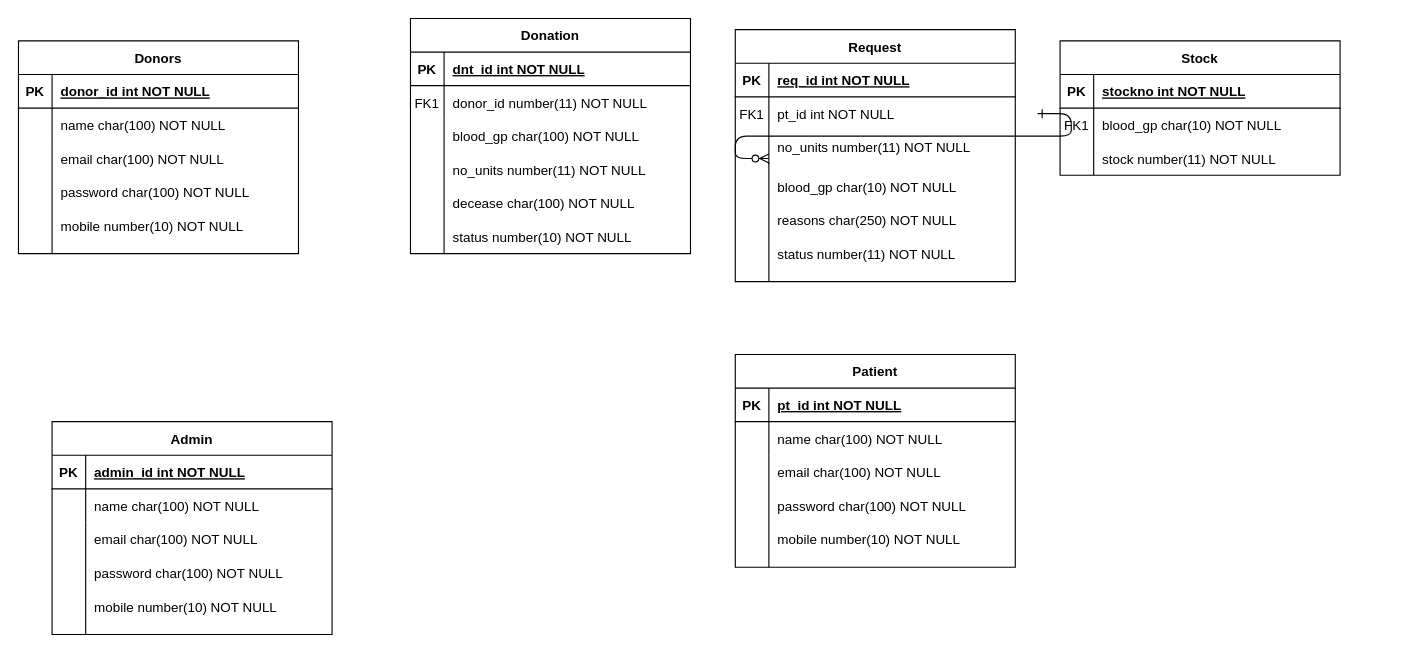
HORRYZONE/PHP keeps this draw.io diagram as ER-Diagram_DB.drawio. Above is the earlier version. Source tidied: cells renumbered, new cells numbered last; positions are measured from the earlier drawing's top-left corner, leaving out a move shared by most shapes. Both pictures are drawn from the tidied source at 112%, with x=0, y=0 at pixel (18, 18).
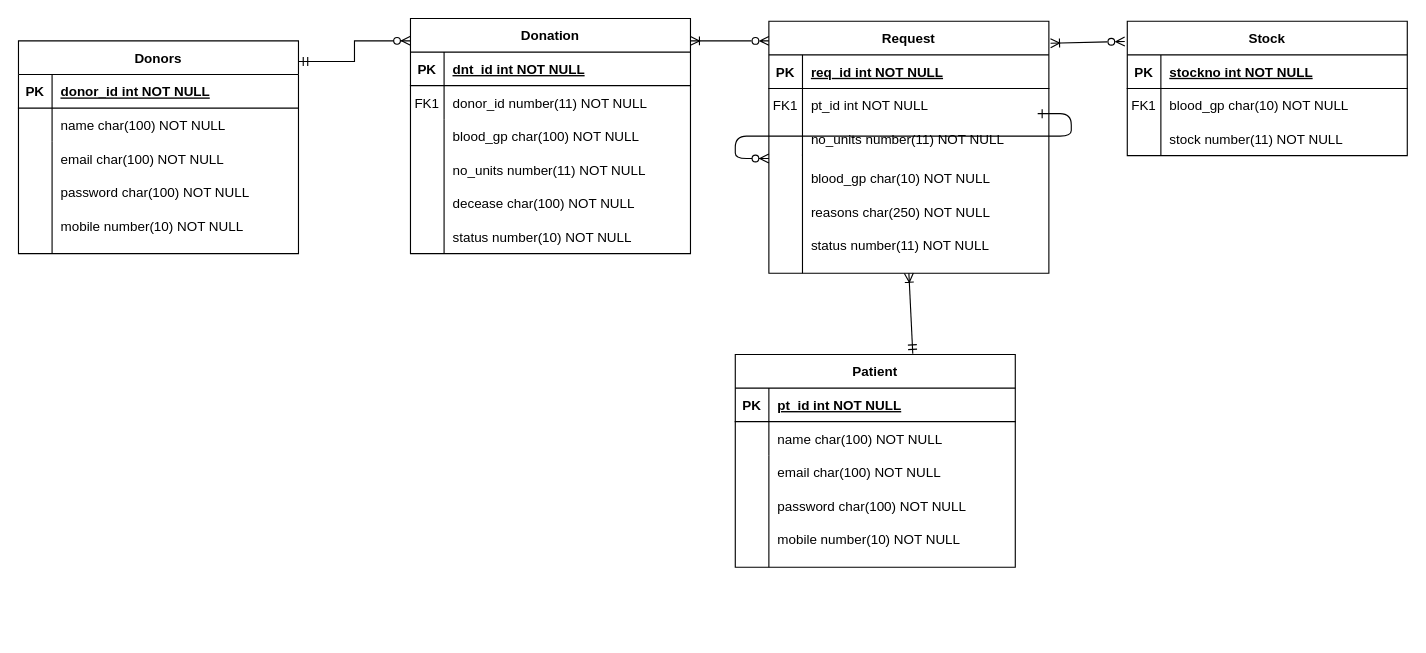
After the change.

The change refers to these unchanged cells:
```xml
<mxCell id="26" value="Patient" style="shape=table;startSize=30;childLayout=tableLayout;rowLines=0;fontStyle=1;align=center;" parent="25" vertex="1">
  <mxGeometry width="250" height="190" as="geometry" />
</mxCell>
<mxCell id="38" value="Donors" style="shape=table;startSize=30;childLayout=tableLayout;rowLines=0;fontStyle=1;align=center;" parent="37" vertex="1">
  <mxGeometry width="250" height="190" as="geometry" />
</mxCell>
<mxCell id="50" value="Donation" style="shape=table;startSize=30;childLayout=tableLayout;rowLines=0;fontStyle=1;align=center;" parent="49" vertex="1">
  <mxGeometry width="250" height="210" as="geometry" />
</mxCell>
<mxCell id="64" value="Request" style="shape=table;startSize=30;childLayout=tableLayout;rowLines=0;fontStyle=1;align=center;" parent="63" vertex="1">
  <mxGeometry width="250" height="225" as="geometry" />
</mxCell>
```

What changed in the source:
```diff
@@
     <mxCell id="3" value="Stock" style="shape=table;startSize=30;childLayout=tableLayout;rowLines=0;fontStyle=1;align=center;" parent="1" vertex="1">
-      <mxGeometry x="930" y="20" width="250" height="120" as="geometry" />
+      <mxGeometry x="990" y="2.5" width="250" height="120" as="geometry" />
     </mxCell>
@@
-    <mxCell id="13" style="group;" parent="1" vertex="1">
-      <mxGeometry x="30" y="360" width="250" height="190" as="geometry" />
-    </mxCell>
-    <mxCell id="14" value="Admin" style="shape=table;startSize=30;childLayout=tableLayout;rowLines=0;fontStyle=1;align=center;" parent="13" vertex="1">
-      <mxGeometry width="250" height="190" as="geometry" />
-    </mxCell>
-    <mxCell id="15" style="shape=partialRectangle;fillColor=none;top=0;left=0;right=0;bottom=1;" parent="14" vertex="1">
-      <mxGeometry y="30" width="250" height="30" as="geometry" />
-    </mxCell>
-    <mxCell id="16" value="PK" style="shape=partialRectangle;overflow=hidden;fillColor=none;top=0;left=0;bottom=0;right=0;fontStyle=1;" parent="15" vertex="1">
-      <mxGeometry width="30" height="30" as="geometry" />
-    </mxCell>
-    <mxCell id="17" value="admin_id int NOT NULL " style="shape=partialRectangle;overflow=hidden;fillColor=none;top=0;left=0;bottom=0;right=0;align=left;spacingLeft=6;fontStyle=5;" parent="15" vertex="1">
-      <mxGeometry x="30" width="220" height="30" as="geometry" />
-    </mxCell>
-    <mxCell id="18" style="shape=partialRectangle;fillColor=none;points=[[0,0.5],[1,0.5]];portConstraint=eastwest;top=0;left=0;right=0;bottom=0;" parent="14" vertex="1">
-      <mxGeometry y="60" width="250" height="30" as="geometry" />
-    </mxCell>
-    <mxCell id="19" style="shape=partialRectangle;overflow=hidden;fillColor=none;top=0;left=0;bottom=0;right=0;" parent="18" vertex="1">
-      <mxGeometry width="30" height="30" as="geometry" />
-    </mxCell>
-    <mxCell id="20" value="name char(100) NOT NULL" style="shape=partialRectangle;overflow=hidden;fillColor=none;top=0;left=0;bottom=0;right=0;align=left;spacingLeft=6;" parent="18" vertex="1">
-      <mxGeometry x="30" width="220" height="30" as="geometry" />
-    </mxCell>
-    <mxCell id="21" value="email char(100) NOT NULL" style="shape=partialRectangle;overflow=hidden;fillColor=none;top=0;left=0;bottom=0;right=0;align=left;spacingLeft=6;" parent="13" vertex="1">
-      <mxGeometry x="30" y="90" width="220" height="30" as="geometry" />
-    </mxCell>
-    <mxCell id="22" value="password char(100) NOT NULL" style="shape=partialRectangle;overflow=hidden;fillColor=none;top=0;left=0;bottom=0;right=0;align=left;spacingLeft=6;" parent="13" vertex="1">
-      <mxGeometry x="30" y="120" width="220" height="30" as="geometry" />
-    </mxCell>
-    <mxCell id="23" value="mobile number(10) NOT NULL" style="shape=partialRectangle;overflow=hidden;fillColor=none;top=0;left=0;bottom=0;right=0;align=left;spacingLeft=6;" parent="13" vertex="1">
-      <mxGeometry x="30" y="150" width="220" height="30" as="geometry" />
-    </mxCell>
-    <mxCell id="24" style="endArrow=none;html=1;rounded=0;entryX=0.12;entryY=1;entryDx=0;entryDy=0;entryPerimeter=0;" parent="13" edge="1" target="18">
-      <mxGeometry relative="1" as="geometry">
-        <mxPoint x="30" y="190" as="sourcePoint" />
-      </mxGeometry>
-    </mxCell>
@@
     <mxCell id="63" style="group;" parent="1" vertex="1">
-      <mxGeometry x="640" y="10" width="250" height="225" as="geometry" />
+      <mxGeometry x="670" y="2.5" width="250" height="225" as="geometry" />
     </mxCell>
@@
+    <mxCell id="78" style="edgeStyle=orthogonalEdgeStyle;fontSize=12;html=1;endArrow=ERzeroToMany;endFill=1;rounded=0;exitX=1.001;exitY=0.097;exitDx=0;exitDy=0;exitPerimeter=0;entryX=0;entryY=0.095;entryDx=0;entryDy=0;entryPerimeter=0;startArrow=ERmandOne;startFill=0;" parent="1" edge="1" source="38" target="50">
+      <mxGeometry relative="1" as="geometry" />
+    </mxCell>
+    <mxCell id="79" style="edgeStyle=none;jettySize=auto;html=1;rounded=0;exitX=0.634;exitY=-0.003;exitDx=0;exitDy=0;exitPerimeter=0;startArrow=ERmandOne;startFill=0;endArrow=ERoneToMany;endFill=0;entryX=0.5;entryY=1;entryDx=0;entryDy=0;" parent="1" edge="1" source="26" target="64">
+      <mxGeometry relative="1" as="geometry" />
+    </mxCell>
+    <mxCell id="80" style="edgeStyle=none;jettySize=auto;html=1;rounded=0;entryX=-0.009;entryY=0.15;entryDx=0;entryDy=0;entryPerimeter=0;exitX=1.006;exitY=0.087;exitDx=0;exitDy=0;exitPerimeter=0;endArrow=ERzeroToMany;endFill=0;startArrow=ERoneToMany;startFill=0;" parent="1" edge="1" source="64" target="3">
+      <mxGeometry relative="1" as="geometry" />
+    </mxCell>
+    <mxCell id="81" style="edgeStyle=none;orthogonalLoop=1;jettySize=auto;html=1;rounded=0;endArrow=ERzeroToMany;endFill=0;startArrow=ERoneToMany;startFill=0;" parent="1" edge="1">
+      <mxGeometry relative="1" as="geometry">
+        <mxPoint x="600" y="20" as="sourcePoint" />
+        <mxPoint x="670" y="20" as="targetPoint" />
+      </mxGeometry>
+    </mxCell>
```
